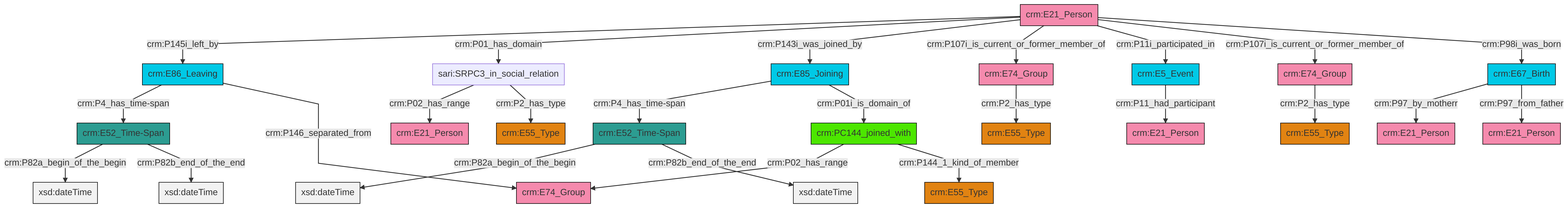
This is et/personCSV/ttl/mmd/png/Person_Actor_Relations.png from swiss-art-research-net/reference-data-models, a Mermaid export, as it was before one commit. Its source is kept beside it as et/personCSV/ttl/mmd/Person_Actor_Relations.ttl.mmd.
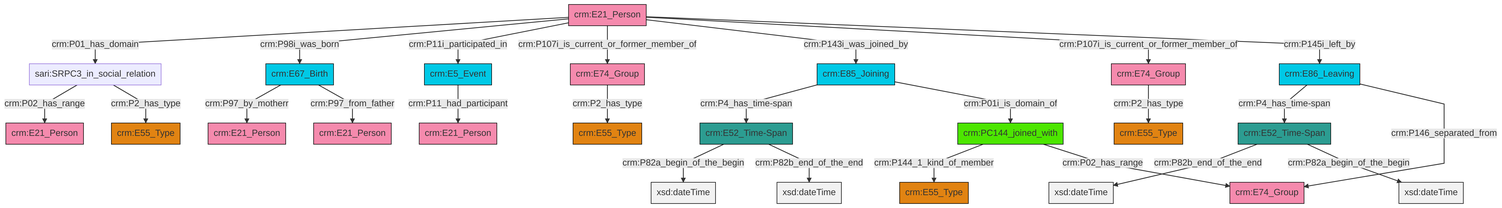
The same diagram one commit later.

Diff of the diagram source:
```diff
@@ -13,27 +13,27 @@
 classDef PC_Classes fill:#4ce600, stroke:#000000;
 classDef Multi fill:#cccccc,stroke:#000000;
 
-0["crm:E74_Group"]:::Actor -->|crm:P2_has_type| 1["crm:E55_Type"]:::Type
-6["crm:E5_Event"]:::Temporal_Entity -->|crm:P11_had_participant| 7["crm:E21_Person"]:::Actor
-8["crm:E21_Person"]:::Actor -->|crm:P145i_left_by| 9["crm:E86_Leaving"]:::Temporal_Entity
-4["crm:E67_Birth"]:::Temporal_Entity -->|crm:P97_by_motherr| 14["crm:E21_Person"]:::Actor
-12["crm:E52_Time-Span"]:::Time-Span -->|crm:P82a_begin_of_the_begin| 15[xsd:dateTime]:::Literal
-12["crm:E52_Time-Span"]:::Time-Span -->|crm:P82b_end_of_the_end| 16[xsd:dateTime]:::Literal
-17["sari:SRPC3_in_social_relation"]:::Default -->|crm:P02_has_range| 18["crm:E21_Person"]:::Actor
-19["crm:E85_Joining"]:::Temporal_Entity -->|crm:P4_has_time-span| 20["crm:E52_Time-Span"]:::Time-Span
-9["crm:E86_Leaving"]:::Temporal_Entity -->|crm:P4_has_time-span| 12["crm:E52_Time-Span"]:::Time-Span
-8["crm:E21_Person"]:::Actor -->|crm:P01_has_domain| 17["sari:SRPC3_in_social_relation"]:::Default
-8["crm:E21_Person"]:::Actor -->|crm:P143i_was_joined_by| 19["crm:E85_Joining"]:::Temporal_Entity
-29["crm:E74_Group"]:::Actor -->|crm:P2_has_type| 21["crm:E55_Type"]:::Type
-4["crm:E67_Birth"]:::Temporal_Entity -->|crm:P97_from_father| 30["crm:E21_Person"]:::Actor
-8["crm:E21_Person"]:::Actor -->|crm:P107i_is_current_or_former_member_of| 0["crm:E74_Group"]:::Actor
-17["sari:SRPC3_in_social_relation"]:::Default -->|crm:P2_has_type| 2["crm:E55_Type"]:::Type
-20["crm:E52_Time-Span"]:::Time-Span -->|crm:P82a_begin_of_the_begin| 33[xsd:dateTime]:::Literal
-20["crm:E52_Time-Span"]:::Time-Span -->|crm:P82b_end_of_the_end| 34[xsd:dateTime]:::Literal
-8["crm:E21_Person"]:::Actor -->|crm:P11i_participated_in| 6["crm:E5_Event"]:::Temporal_Entity
-19["crm:E85_Joining"]:::Temporal_Entity -->|crm:P01i_is_domain_of| 36["crm:PC144_joined_with"]:::PC_Classes
-8["crm:E21_Person"]:::Actor -->|crm:P107i_is_current_or_former_member_of| 29["crm:E74_Group"]:::Actor
-9["crm:E86_Leaving"]:::Temporal_Entity -->|crm:P146_separated_from| 10["crm:E74_Group"]:::Actor
-8["crm:E21_Person"]:::Actor -->|crm:P98i_was_born| 4["crm:E67_Birth"]:::Temporal_Entity
-36["crm:PC144_joined_with"]:::PC_Classes -->|crm:P02_has_range| 10["crm:E74_Group"]:::Actor
-36["crm:PC144_joined_with"]:::PC_Classes -->|crm:P144_1_kind_of_member| 25["crm:E55_Type"]:::Type
+0["crm:E5_Event"]:::Temporal_Entity -->|crm:P11_had_participant| 1["crm:E21_Person"]:::Actor
+8["crm:E21_Person"]:::Actor -->|crm:P01_has_domain| 9["sari:SRPC3_in_social_relation"]:::Default
+4["crm:E86_Leaving"]:::Temporal_Entity -->|crm:P4_has_time-span| 14["crm:E52_Time-Span"]:::Time-Span
+8["crm:E21_Person"]:::Actor -->|crm:P98i_was_born| 15["crm:E67_Birth"]:::Temporal_Entity
+9["sari:SRPC3_in_social_relation"]:::Default -->|crm:P02_has_range| 16["crm:E21_Person"]:::Actor
+8["crm:E21_Person"]:::Actor -->|crm:P11i_participated_in| 0["crm:E5_Event"]:::Temporal_Entity
+4["crm:E86_Leaving"]:::Temporal_Entity -->|crm:P146_separated_from| 17["crm:E74_Group"]:::Actor
+18["crm:E85_Joining"]:::Temporal_Entity -->|crm:P4_has_time-span| 2["crm:E52_Time-Span"]:::Time-Span
+8["crm:E21_Person"]:::Actor -->|crm:P107i_is_current_or_former_member_of| 25["crm:E74_Group"]:::Actor
+2["crm:E52_Time-Span"]:::Time-Span -->|crm:P82a_begin_of_the_begin| 26[xsd:dateTime]:::Literal
+8["crm:E21_Person"]:::Actor -->|crm:P143i_was_joined_by| 18["crm:E85_Joining"]:::Temporal_Entity
+15["crm:E67_Birth"]:::Temporal_Entity -->|crm:P97_by_motherr| 19["crm:E21_Person"]:::Actor
+10["crm:PC144_joined_with"]:::PC_Classes -->|crm:P144_1_kind_of_member| 23["crm:E55_Type"]:::Type
+2["crm:E52_Time-Span"]:::Time-Span -->|crm:P82b_end_of_the_end| 31[xsd:dateTime]:::Literal
+8["crm:E21_Person"]:::Actor -->|crm:P107i_is_current_or_former_member_of| 33["crm:E74_Group"]:::Actor
+15["crm:E67_Birth"]:::Temporal_Entity -->|crm:P97_from_father| 34["crm:E21_Person"]:::Actor
+9["sari:SRPC3_in_social_relation"]:::Default -->|crm:P2_has_type| 21["crm:E55_Type"]:::Type
+33["crm:E74_Group"]:::Actor -->|crm:P2_has_type| 28["crm:E55_Type"]:::Type
+8["crm:E21_Person"]:::Actor -->|crm:P145i_left_by| 4["crm:E86_Leaving"]:::Temporal_Entity
+10["crm:PC144_joined_with"]:::PC_Classes -->|crm:P02_has_range| 17["crm:E74_Group"]:::Actor
+25["crm:E74_Group"]:::Actor -->|crm:P2_has_type| 6["crm:E55_Type"]:::Type
+18["crm:E85_Joining"]:::Temporal_Entity -->|crm:P01i_is_domain_of| 10["crm:PC144_joined_with"]:::PC_Classes
+14["crm:E52_Time-Span"]:::Time-Span -->|crm:P82b_end_of_the_end| 45[xsd:dateTime]:::Literal
+14["crm:E52_Time-Span"]:::Time-Span -->|crm:P82a_begin_of_the_begin| 46[xsd:dateTime]:::Literal
```
